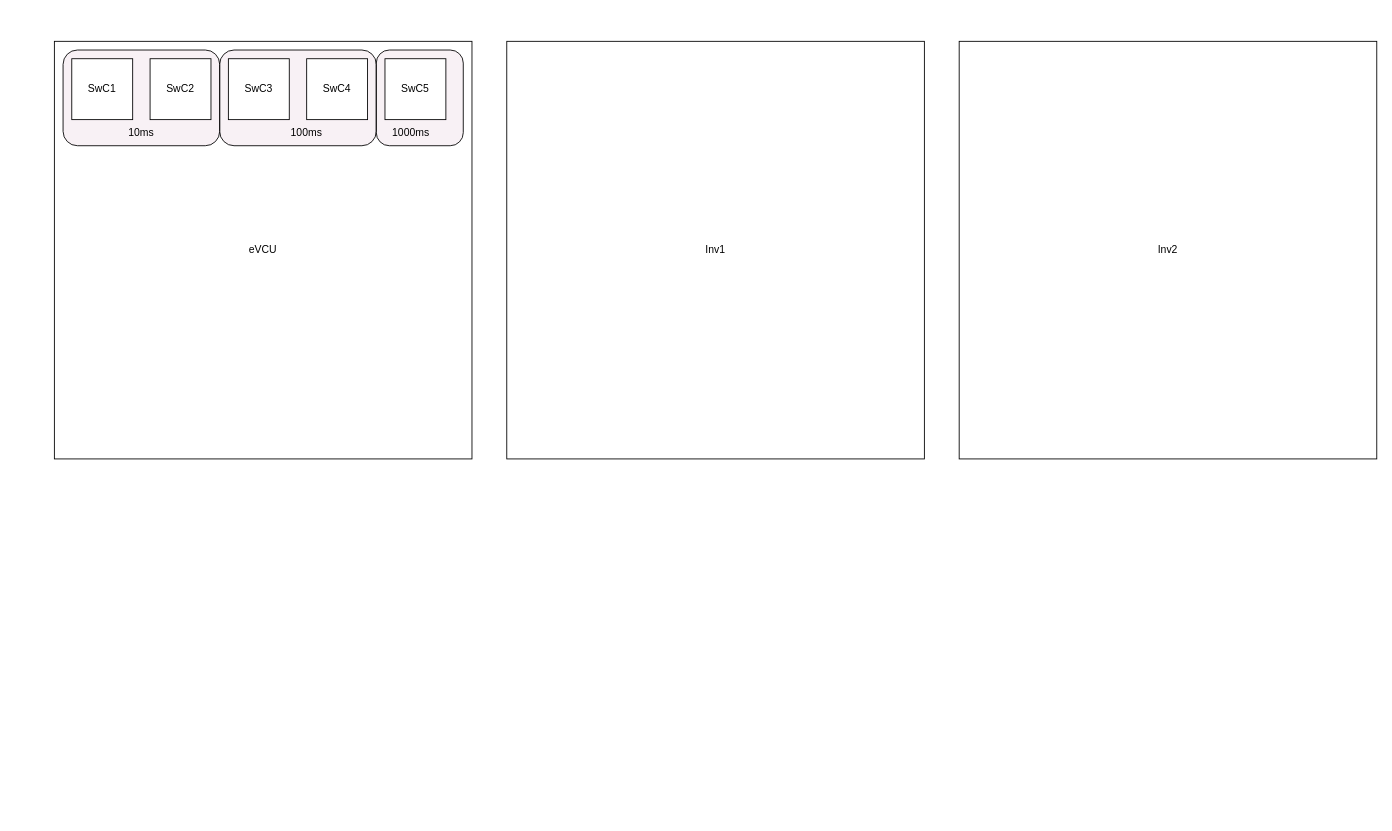
Above: xin1_blockdiag.drawio in chdev2011/temp (draw.io), before the change. Source tidied: cells renumbered, new cells numbered last; positions are measured from the earlier drawing's top-left corner, leaving out a move shared by most shapes. Both pictures are drawn from the tidied source at 87%, with x=0, y=0 at pixel (54, 41).
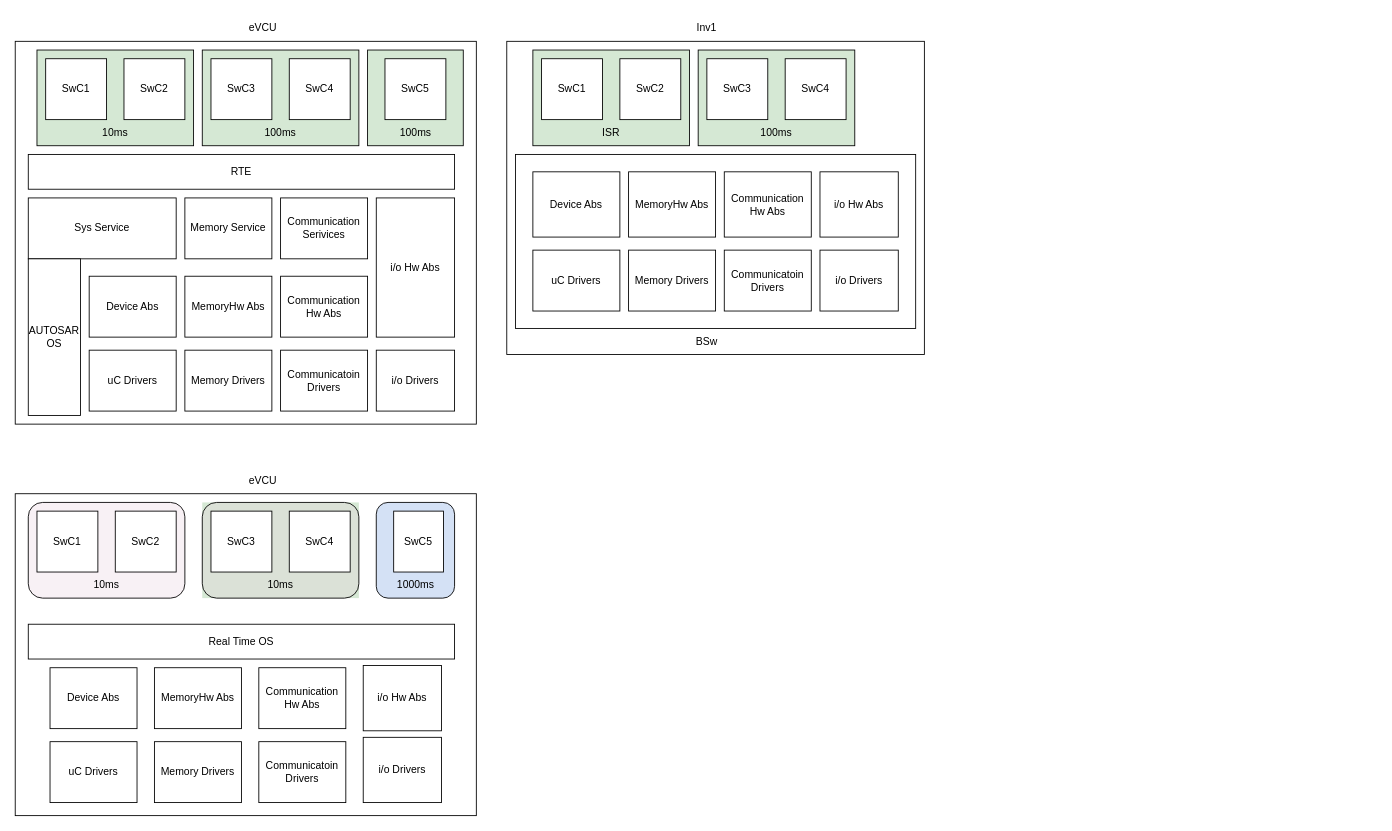
The same diagram, later.

What changed in the source:
```diff
@@
-    <mxCell id="2" value="eVCU" style="rounded=0;whiteSpace=wrap;html=1;" parent="1" vertex="1">
-      <mxGeometry width="480" height="480" as="geometry" />
+    <mxCell id="2" style="rounded=0;whiteSpace=wrap;html=1;" parent="1" vertex="1">
+      <mxGeometry x="-45" width="530" height="440" as="geometry" />
     </mxCell>
+    <mxCell id="19" value="RTE" style="rounded=0;whiteSpace=wrap;html=1;" parent="1" vertex="1">
+      <mxGeometry x="-30" y="130" width="490" height="40" as="geometry" />
+    </mxCell>
+    <mxCell id="20" value="eVCU" style="text;html=1;whiteSpace=wrap;strokeColor=none;fillColor=none;align=center;verticalAlign=middle;rounded=0;" parent="1" vertex="1">
+      <mxGeometry x="210" y="-30" width="60" height="30" as="geometry" />
+    </mxCell>
+    <mxCell id="21" style="rounded=0;whiteSpace=wrap;html=1;" parent="1" vertex="1">
+      <mxGeometry x="520" width="480" height="360" as="geometry" />
+    </mxCell>
-    <mxCell id="3" value="Inv1" style="rounded=0;whiteSpace=wrap;html=1;" parent="1" vertex="1">
-      <mxGeometry x="520" width="480" height="480" as="geometry" />
+    <mxCell id="3" value="Inv1" style="text;html=1;whiteSpace=wrap;strokeColor=none;fillColor=none;align=center;verticalAlign=middle;rounded=0;" parent="1" vertex="1">
+      <mxGeometry x="720" y="-30" width="60" height="30" as="geometry" />
     </mxCell>
-    <mxCell id="4" value="Inv2" style="rounded=0;whiteSpace=wrap;html=1;" parent="1" vertex="1">
-      <mxGeometry x="1040" width="480" height="480" as="geometry" />
-    </mxCell>
-    <mxCell id="5" style="group;" parent="1" vertex="1">
-      <mxGeometry x="190" y="10" width="180" height="110" as="geometry" />
-    </mxCell>
-    <mxCell id="6" style="rounded=1;whiteSpace=wrap;html=1;fillColor=#E6D0DE4D;" parent="5" vertex="1">
-      <mxGeometry width="180" height="110" as="geometry" />
-    </mxCell>
-    <mxCell id="7" value="SwC3" style="rounded=0;whiteSpace=wrap;html=1;" parent="5" vertex="1">
-      <mxGeometry x="10" y="10" width="70" height="70" as="geometry" />
-    </mxCell>
-    <mxCell id="8" value="SwC4" style="rounded=0;whiteSpace=wrap;html=1;" parent="5" vertex="1">
-      <mxGeometry x="100" y="10" width="70" height="70" as="geometry" />
-    </mxCell>
-    <mxCell id="9" value="100ms" style="text;html=1;whiteSpace=wrap;strokeColor=none;fillColor=none;align=center;verticalAlign=middle;rounded=0;" parent="5" vertex="1">
-      <mxGeometry x="70" y="80" width="60" height="30" as="geometry" />
-    </mxCell>
-    <mxCell id="10" style="group;" parent="1" vertex="1">
-      <mxGeometry x="10" y="10" width="180" height="110" as="geometry" />
-    </mxCell>
-    <mxCell id="11" style="rounded=1;whiteSpace=wrap;html=1;fillColor=#E6D0DE4D;" parent="10" vertex="1">
-      <mxGeometry width="180" height="110" as="geometry" />
-    </mxCell>
-    <mxCell id="12" value="10ms" style="text;html=1;whiteSpace=wrap;strokeColor=none;fillColor=none;align=center;verticalAlign=middle;rounded=0;" parent="10" vertex="1">
-      <mxGeometry x="60" y="80" width="60" height="30" as="geometry" />
-    </mxCell>
-    <mxCell id="13" value="SwC1" style="rounded=0;whiteSpace=wrap;html=1;" parent="10" vertex="1">
-      <mxGeometry x="10" y="10" width="70" height="70" as="geometry" />
-    </mxCell>
-    <mxCell id="14" value="SwC2" style="rounded=0;whiteSpace=wrap;html=1;" parent="10" vertex="1">
-      <mxGeometry x="100" y="10" width="70" height="70" as="geometry" />
-    </mxCell>
-    <mxCell id="15" style="group;" parent="1" vertex="1">
-      <mxGeometry x="370" y="10" width="100" height="110" as="geometry" />
-    </mxCell>
-    <mxCell id="16" style="rounded=1;whiteSpace=wrap;html=1;fillColor=#E6D0DE4D;" parent="15" vertex="1">
-      <mxGeometry width="100" height="110" as="geometry" />
-    </mxCell>
-    <mxCell id="17" value="SwC5" style="rounded=0;whiteSpace=wrap;html=1;" parent="15" vertex="1">
-      <mxGeometry x="10" y="10" width="70" height="70" as="geometry" />
-    </mxCell>
+    <mxCell id="22" style="rounded=0;whiteSpace=wrap;html=1;" parent="1" vertex="1">
+      <mxGeometry x="530" y="130" width="460" height="200" as="geometry" />
+    </mxCell>
+    <mxCell id="23" value="BSw" style="text;html=1;whiteSpace=wrap;strokeColor=none;fillColor=none;align=center;verticalAlign=middle;rounded=0;" parent="1" vertex="1">
+      <mxGeometry x="720" y="330" width="60" height="30" as="geometry" />
+    </mxCell>
+    <mxCell id="24" value="uC Drivers" style="rounded=0;whiteSpace=wrap;html=1;" parent="1" vertex="1">
+      <mxGeometry x="40" y="355" width="100" height="70" as="geometry" />
+    </mxCell>
+    <mxCell id="25" value="Memory Drivers" style="rounded=0;whiteSpace=wrap;html=1;" parent="1" vertex="1">
+      <mxGeometry x="150" y="355" width="100" height="70" as="geometry" />
+    </mxCell>
+    <mxCell id="26" value="Communicatoin Drivers" style="rounded=0;whiteSpace=wrap;html=1;" parent="1" vertex="1">
+      <mxGeometry x="260" y="355" width="100" height="70" as="geometry" />
+    </mxCell>
+    <mxCell id="27" value="i/o Drivers" style="rounded=0;whiteSpace=wrap;html=1;" parent="1" vertex="1">
+      <mxGeometry x="370" y="355" width="90" height="70" as="geometry" />
+    </mxCell>
+    <mxCell id="28" value="Communication Hw Abs" style="rounded=0;whiteSpace=wrap;html=1;" parent="1" vertex="1">
+      <mxGeometry x="260" y="270" width="100" height="70" as="geometry" />
+    </mxCell>
+    <mxCell id="29" value="MemoryHw Abs" style="rounded=0;whiteSpace=wrap;html=1;" parent="1" vertex="1">
+      <mxGeometry x="150" y="270" width="100" height="70" as="geometry" />
+    </mxCell>
+    <mxCell id="30" value="Device Abs" style="rounded=0;whiteSpace=wrap;html=1;" parent="1" vertex="1">
+      <mxGeometry x="40" y="270" width="100" height="70" as="geometry" />
+    </mxCell>
+    <mxCell id="31" value="i/o Hw Abs" style="rounded=0;whiteSpace=wrap;html=1;" parent="1" vertex="1">
+      <mxGeometry x="370" y="180" width="90" height="160" as="geometry" />
+    </mxCell>
+    <mxCell id="32" value="Communication Serivices" style="rounded=0;whiteSpace=wrap;html=1;" parent="1" vertex="1">
+      <mxGeometry x="260" y="180" width="100" height="70" as="geometry" />
+    </mxCell>
+    <mxCell id="33" value="Memory Service" style="rounded=0;whiteSpace=wrap;html=1;" parent="1" vertex="1">
+      <mxGeometry x="150" y="180" width="100" height="70" as="geometry" />
+    </mxCell>
+    <mxCell id="34" value="Sys Service" style="rounded=0;whiteSpace=wrap;html=1;" parent="1" vertex="1">
+      <mxGeometry x="-30" y="180" width="170" height="70" as="geometry" />
+    </mxCell>
+    <mxCell id="35" value="AUTOSAR OS" style="rounded=0;whiteSpace=wrap;html=1;" parent="1" vertex="1">
+      <mxGeometry x="-30" y="250" width="60" height="180" as="geometry" />
+    </mxCell>
+    <mxCell id="36" style="group;fillColor=#D5E8D4;strokeColor=#040404;" parent="1" vertex="1">
+      <mxGeometry x="170" y="10" width="180" height="110" as="geometry" />
+    </mxCell>
+    <mxCell id="37" value="100ms" style="text;html=1;whiteSpace=wrap;strokeColor=none;fillColor=none;align=center;verticalAlign=middle;rounded=0;" parent="36" vertex="1">
+      <mxGeometry x="60" y="80" width="60" height="30" as="geometry" />
+    </mxCell>
+    <mxCell id="38" value="SwC3" style="rounded=0;whiteSpace=wrap;html=1;" parent="36" vertex="1">
+      <mxGeometry x="10" y="10" width="70" height="70" as="geometry" />
+    </mxCell>
+    <mxCell id="39" value="SwC4" style="rounded=0;whiteSpace=wrap;html=1;" parent="36" vertex="1">
+      <mxGeometry x="100" y="10" width="70" height="70" as="geometry" />
+    </mxCell>
+    <mxCell id="40" style="rounded=0;whiteSpace=wrap;html=1;" parent="1" vertex="1">
+      <mxGeometry x="-45" y="520" width="530" height="370" as="geometry" />
+    </mxCell>
+    <mxCell id="41" style="group;" parent="1" vertex="1">
+      <mxGeometry x="-30" y="530" width="180" height="110" as="geometry" />
+    </mxCell>
+    <mxCell id="42" style="rounded=1;whiteSpace=wrap;html=1;fillColor=#E6D0DE4D;" parent="41" vertex="1">
+      <mxGeometry width="180" height="110" as="geometry" />
+    </mxCell>
+    <mxCell id="43" value="10ms" style="text;html=1;whiteSpace=wrap;strokeColor=none;fillColor=none;align=center;verticalAlign=middle;rounded=0;" parent="41" vertex="1">
+      <mxGeometry x="60" y="80" width="60" height="30" as="geometry" />
+    </mxCell>
+    <mxCell id="44" value="SwC1" style="rounded=0;whiteSpace=wrap;html=1;" parent="41" vertex="1">
+      <mxGeometry x="10" y="10" width="70" height="70" as="geometry" />
+    </mxCell>
+    <mxCell id="45" value="SwC2" style="rounded=0;whiteSpace=wrap;html=1;" parent="41" vertex="1">
+      <mxGeometry x="100" y="10" width="70" height="70" as="geometry" />
+    </mxCell>
+    <mxCell id="46" style="group;fillColor=none;" parent="1" vertex="1">
+      <mxGeometry x="370" y="530" width="90" height="110" as="geometry" />
+    </mxCell>
+    <mxCell id="47" style="rounded=1;whiteSpace=wrap;html=1;fillColor=#D4E1F5;" parent="46" vertex="1">
+      <mxGeometry width="90" height="110" as="geometry" />
+    </mxCell>
+    <mxCell id="48" value="SwC5" style="rounded=0;whiteSpace=wrap;html=1;" parent="46" vertex="1">
+      <mxGeometry x="20" y="10" width="57.3" height="70" as="geometry" />
+    </mxCell>
-    <mxCell id="18" value="1000ms" style="text;html=1;whiteSpace=wrap;strokeColor=none;fillColor=none;align=center;verticalAlign=middle;rounded=0;" parent="15" vertex="1">
-      <mxGeometry x="10" y="80" width="60" height="30" as="geometry" />
+    <mxCell id="18" value="1000ms" style="text;html=1;whiteSpace=wrap;strokeColor=none;fillColor=none;align=center;verticalAlign=middle;rounded=0;" parent="46" vertex="1">
+      <mxGeometry x="20.5" y="80" width="49.1" height="30" as="geometry" />
     </mxCell>
+    <mxCell id="49" value="eVCU" style="text;html=1;whiteSpace=wrap;strokeColor=none;fillColor=none;align=center;verticalAlign=middle;rounded=0;" parent="1" vertex="1">
+      <mxGeometry x="210" y="490" width="60" height="30" as="geometry" />
+    </mxCell>
+    <mxCell id="50" value="uC Drivers" style="rounded=0;whiteSpace=wrap;html=1;" parent="1" vertex="1">
+      <mxGeometry x="-5" y="805" width="100" height="70" as="geometry" />
+    </mxCell>
+    <mxCell id="51" value="Memory Drivers" style="rounded=0;whiteSpace=wrap;html=1;" parent="1" vertex="1">
+      <mxGeometry x="115" y="805" width="100" height="70" as="geometry" />
+    </mxCell>
+    <mxCell id="52" value="Communicatoin Drivers" style="rounded=0;whiteSpace=wrap;html=1;" parent="1" vertex="1">
+      <mxGeometry x="235" y="805" width="100" height="70" as="geometry" />
+    </mxCell>
+    <mxCell id="53" value="i/o Drivers" style="rounded=0;whiteSpace=wrap;html=1;" parent="1" vertex="1">
+      <mxGeometry x="355" y="800" width="90" height="75" as="geometry" />
+    </mxCell>
+    <mxCell id="54" value="Communication Hw Abs" style="rounded=0;whiteSpace=wrap;html=1;" parent="1" vertex="1">
+      <mxGeometry x="235" y="720" width="100" height="70" as="geometry" />
+    </mxCell>
+    <mxCell id="55" value="MemoryHw Abs" style="rounded=0;whiteSpace=wrap;html=1;" parent="1" vertex="1">
+      <mxGeometry x="115" y="720" width="100" height="70" as="geometry" />
+    </mxCell>
+    <mxCell id="56" value="Device Abs" style="rounded=0;whiteSpace=wrap;html=1;" parent="1" vertex="1">
+      <mxGeometry x="-5" y="720" width="100" height="70" as="geometry" />
+    </mxCell>
+    <mxCell id="57" value="Real Time OS" style="rounded=0;whiteSpace=wrap;html=1;" parent="1" vertex="1">
+      <mxGeometry x="-30" y="670" width="490" height="40" as="geometry" />
+    </mxCell>
+    <mxCell id="58" style="group;fillColor=#D5E8D4;" parent="1" vertex="1">
+      <mxGeometry x="170" y="530" width="180" height="110" as="geometry" />
+    </mxCell>
+    <mxCell id="59" style="rounded=1;whiteSpace=wrap;html=1;fillColor=#E6D0DE4D;" parent="58" vertex="1">
+      <mxGeometry width="180" height="110" as="geometry" />
+    </mxCell>
+    <mxCell id="60" value="10ms" style="text;html=1;whiteSpace=wrap;strokeColor=none;fillColor=none;align=center;verticalAlign=middle;rounded=0;" parent="58" vertex="1">
+      <mxGeometry x="60" y="80" width="60" height="30" as="geometry" />
+    </mxCell>
+    <mxCell id="61" value="SwC3" style="rounded=0;whiteSpace=wrap;html=1;" parent="58" vertex="1">
+      <mxGeometry x="10" y="10" width="70" height="70" as="geometry" />
+    </mxCell>
+    <mxCell id="62" value="SwC4" style="rounded=0;whiteSpace=wrap;html=1;" parent="58" vertex="1">
+      <mxGeometry x="100" y="10" width="70" height="70" as="geometry" />
+    </mxCell>
+    <mxCell id="63" value="uC Drivers" style="rounded=0;whiteSpace=wrap;html=1;" parent="1" vertex="1">
+      <mxGeometry x="550" y="240" width="100" height="70" as="geometry" />
+    </mxCell>
+    <mxCell id="64" value="Memory Drivers" style="rounded=0;whiteSpace=wrap;html=1;" parent="1" vertex="1">
+      <mxGeometry x="660" y="240" width="100" height="70" as="geometry" />
+    </mxCell>
+    <mxCell id="65" value="Communicatoin Drivers" style="rounded=0;whiteSpace=wrap;html=1;" parent="1" vertex="1">
+      <mxGeometry x="770" y="240" width="100" height="70" as="geometry" />
+    </mxCell>
+    <mxCell id="66" value="i/o Drivers" style="rounded=0;whiteSpace=wrap;html=1;" parent="1" vertex="1">
+      <mxGeometry x="880" y="240" width="90" height="70" as="geometry" />
+    </mxCell>
+    <mxCell id="67" value="Communication Hw Abs" style="rounded=0;whiteSpace=wrap;html=1;" parent="1" vertex="1">
+      <mxGeometry x="770" y="150" width="100" height="75" as="geometry" />
+    </mxCell>
+    <mxCell id="68" value="MemoryHw Abs" style="rounded=0;whiteSpace=wrap;html=1;" parent="1" vertex="1">
+      <mxGeometry x="660" y="150" width="100" height="75" as="geometry" />
+    </mxCell>
+    <mxCell id="69" value="Device Abs" style="rounded=0;whiteSpace=wrap;html=1;" parent="1" vertex="1">
+      <mxGeometry x="550" y="150" width="100" height="75" as="geometry" />
+    </mxCell>
+    <mxCell id="70" value="i/o Hw Abs" style="rounded=0;whiteSpace=wrap;html=1;" parent="1" vertex="1">
+      <mxGeometry x="880" y="150" width="90" height="75" as="geometry" />
+    </mxCell>
+    <mxCell id="71" value="i/o Hw Abs" style="rounded=0;whiteSpace=wrap;html=1;" parent="1" vertex="1">
+      <mxGeometry x="355" y="717.5" width="90" height="75" as="geometry" />
+    </mxCell>
+    <mxCell id="72" style="group;fillColor=#D5E8D4;strokeColor=#040404;" parent="1" vertex="1">
+      <mxGeometry x="-20" y="10" width="180" height="110" as="geometry" />
+    </mxCell>
+    <mxCell id="73" value="10ms" style="text;html=1;whiteSpace=wrap;strokeColor=none;fillColor=none;align=center;verticalAlign=middle;rounded=0;" parent="72" vertex="1">
+      <mxGeometry x="60" y="80" width="60" height="30" as="geometry" />
+    </mxCell>
+    <mxCell id="74" value="SwC1" style="rounded=0;whiteSpace=wrap;html=1;" parent="72" vertex="1">
+      <mxGeometry x="10" y="10" width="70" height="70" as="geometry" />
+    </mxCell>
+    <mxCell id="75" value="SwC2" style="rounded=0;whiteSpace=wrap;html=1;" parent="72" vertex="1">
+      <mxGeometry x="100" y="10" width="70" height="70" as="geometry" />
+    </mxCell>
+    <mxCell id="76" style="group;fillColor=#D5E8D4;strokeColor=#040404;" parent="1" vertex="1">
+      <mxGeometry x="360" y="10" width="110" height="110" as="geometry" />
+    </mxCell>
+    <mxCell id="77" value="100ms" style="text;html=1;whiteSpace=wrap;strokeColor=none;fillColor=none;align=center;verticalAlign=middle;rounded=0;" parent="76" vertex="1">
+      <mxGeometry x="36.7" y="80" width="36.7" height="30" as="geometry" />
+    </mxCell>
+    <mxCell id="78" value="SwC5" style="rounded=0;whiteSpace=wrap;html=1;" parent="76" vertex="1">
+      <mxGeometry x="20" y="10" width="70" height="70" as="geometry" />
+    </mxCell>
+    <mxCell id="79" style="group;fillColor=#D5E8D4;strokeColor=#040404;" parent="1" vertex="1">
+      <mxGeometry x="740" y="10" width="180" height="110" as="geometry" />
+    </mxCell>
+    <mxCell id="80" value="100ms" style="text;html=1;whiteSpace=wrap;strokeColor=none;fillColor=none;align=center;verticalAlign=middle;rounded=0;" parent="79" vertex="1">
+      <mxGeometry x="60" y="80" width="60" height="30" as="geometry" />
+    </mxCell>
+    <mxCell id="81" value="SwC3" style="rounded=0;whiteSpace=wrap;html=1;" parent="79" vertex="1">
+      <mxGeometry x="10" y="10" width="70" height="70" as="geometry" />
+    </mxCell>
+    <mxCell id="82" value="SwC4" style="rounded=0;whiteSpace=wrap;html=1;" parent="79" vertex="1">
+      <mxGeometry x="100" y="10" width="70" height="70" as="geometry" />
+    </mxCell>
+    <mxCell id="83" style="group;fillColor=#D5E8D4;strokeColor=#040404;" parent="1" vertex="1">
+      <mxGeometry x="550" y="10" width="180" height="110" as="geometry" />
+    </mxCell>
+    <mxCell id="84" value="ISR" style="text;html=1;whiteSpace=wrap;strokeColor=none;fillColor=none;align=center;verticalAlign=middle;rounded=0;" parent="83" vertex="1">
+      <mxGeometry x="60" y="80" width="60" height="30" as="geometry" />
+    </mxCell>
+    <mxCell id="85" value="SwC1" style="rounded=0;whiteSpace=wrap;html=1;" parent="83" vertex="1">
+      <mxGeometry x="10" y="10" width="70" height="70" as="geometry" />
+    </mxCell>
+    <mxCell id="86" value="SwC2" style="rounded=0;whiteSpace=wrap;html=1;" parent="83" vertex="1">
+      <mxGeometry x="100" y="10" width="70" height="70" as="geometry" />
+    </mxCell>
```
